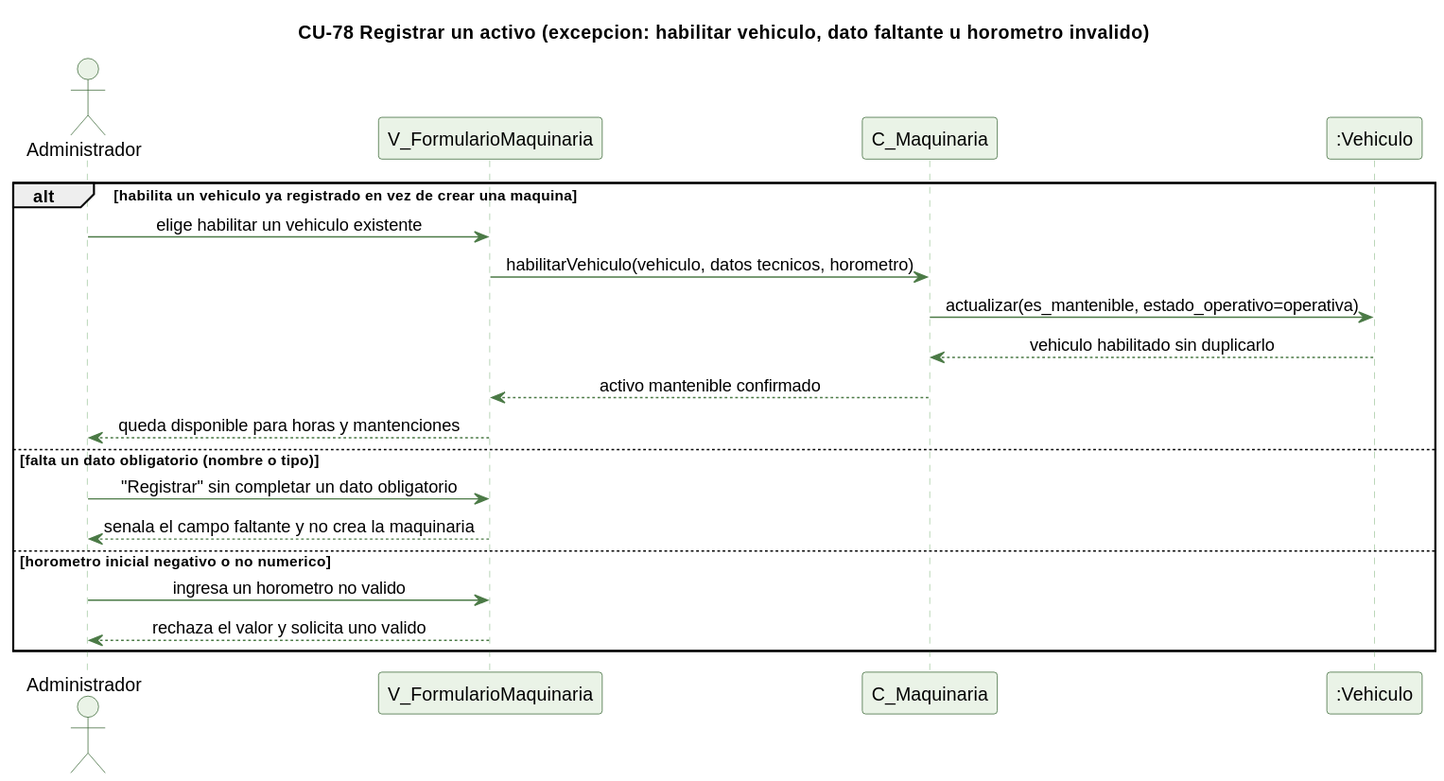
Above: docs/trabajo-grupal/diagramas/secuencias/cu78-registrar-activo-excepcion.svg in kenjikaese/Triverde (PlantUML), before the change. Its diagram source:
```plantuml
@startuml
skinparam backgroundColor #FFFFFF
skinparam shadowing false
skinparam defaultFontName Helvetica
skinparam sequenceMessageAlign center
skinparam ParticipantBackgroundColor #EAF3E7
skinparam ParticipantBorderColor #2E5E2A
skinparam ActorBackgroundColor #EAF3E7
skinparam ActorBorderColor #2E5E2A
skinparam sequenceLifeLineBorderColor #9CC49A
skinparam ArrowColor #4B7A46

title CU-78 Registrar un activo (excepcion: habilitar vehiculo, dato faltante u horometro invalido)

actor Administrador
participant "V_FormularioMaquinaria" as V
participant "C_Maquinaria" as C
participant ":Vehiculo" as VH

alt habilita un vehiculo ya registrado en vez de crear una maquina
  Administrador -> V : elige habilitar un vehiculo existente
  V -> C : habilitarVehiculo(vehiculo, datos tecnicos, horometro)
  C -> VH : actualizar(es_mantenible, estado_operativo=operativa)
  VH --> C : vehiculo habilitado sin duplicarlo
  C --> V : activo mantenible confirmado
  V --> Administrador : queda disponible para horas y mantenciones
else falta un dato obligatorio (nombre o tipo)
  Administrador -> V : "Registrar" sin completar un dato obligatorio
  V --> Administrador : senala el campo faltante y no crea la maquinaria
else horometro inicial negativo o no numerico
  Administrador -> V : ingresa un horometro no valido
  V --> Administrador : rechaza el valor y solicita uno valido
end
@enduml
```
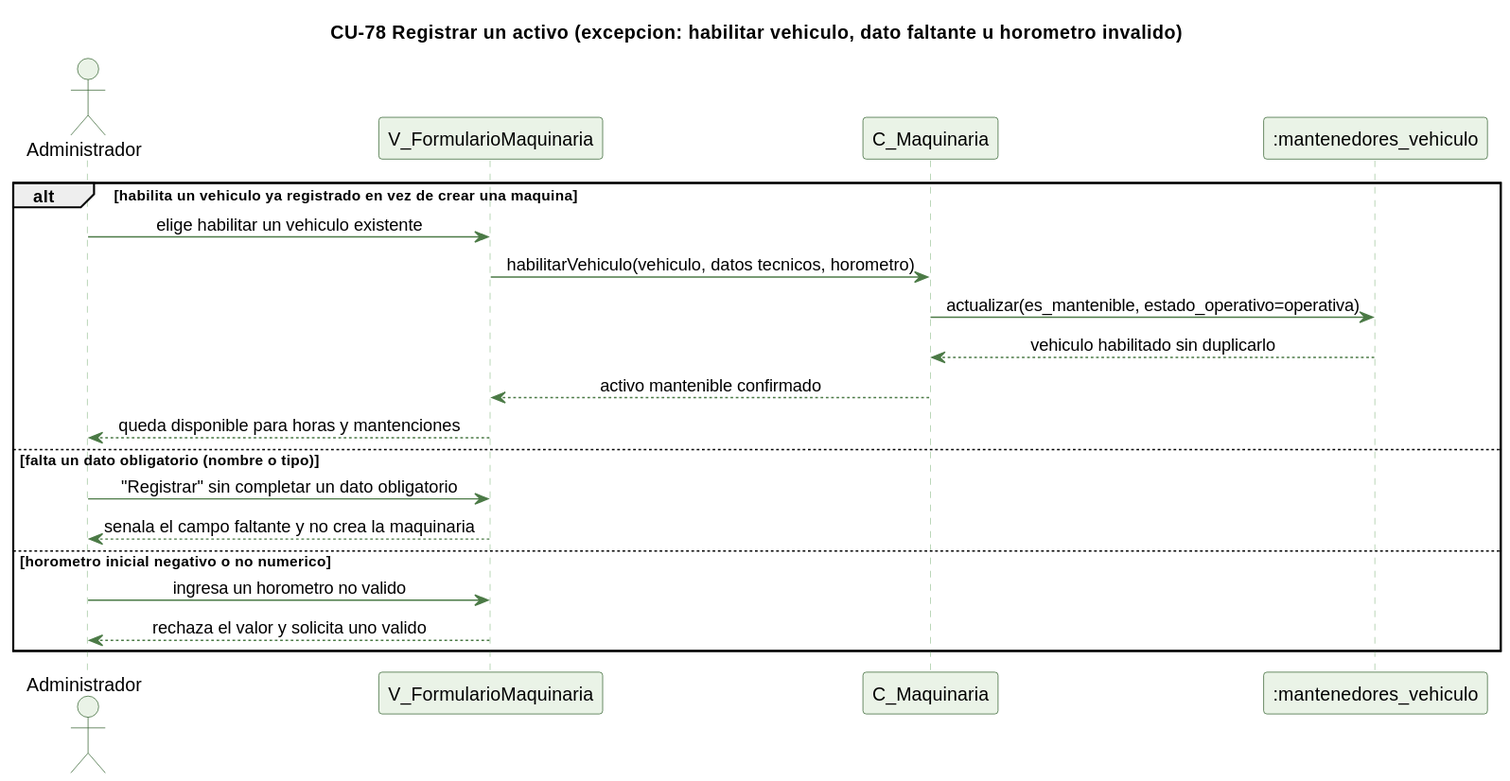
Above is the later version.

The edit, as a diff of the source:
```diff
@@ -15,7 +15,7 @@
 actor Administrador
 participant "V_FormularioMaquinaria" as V
 participant "C_Maquinaria" as C
-participant ":Vehiculo" as VH
+participant ":mantenedores_vehiculo" as VH
 
 alt habilita un vehiculo ya registrado en vez de crear una maquina
   Administrador -> V : elige habilitar un vehiculo existente
```
